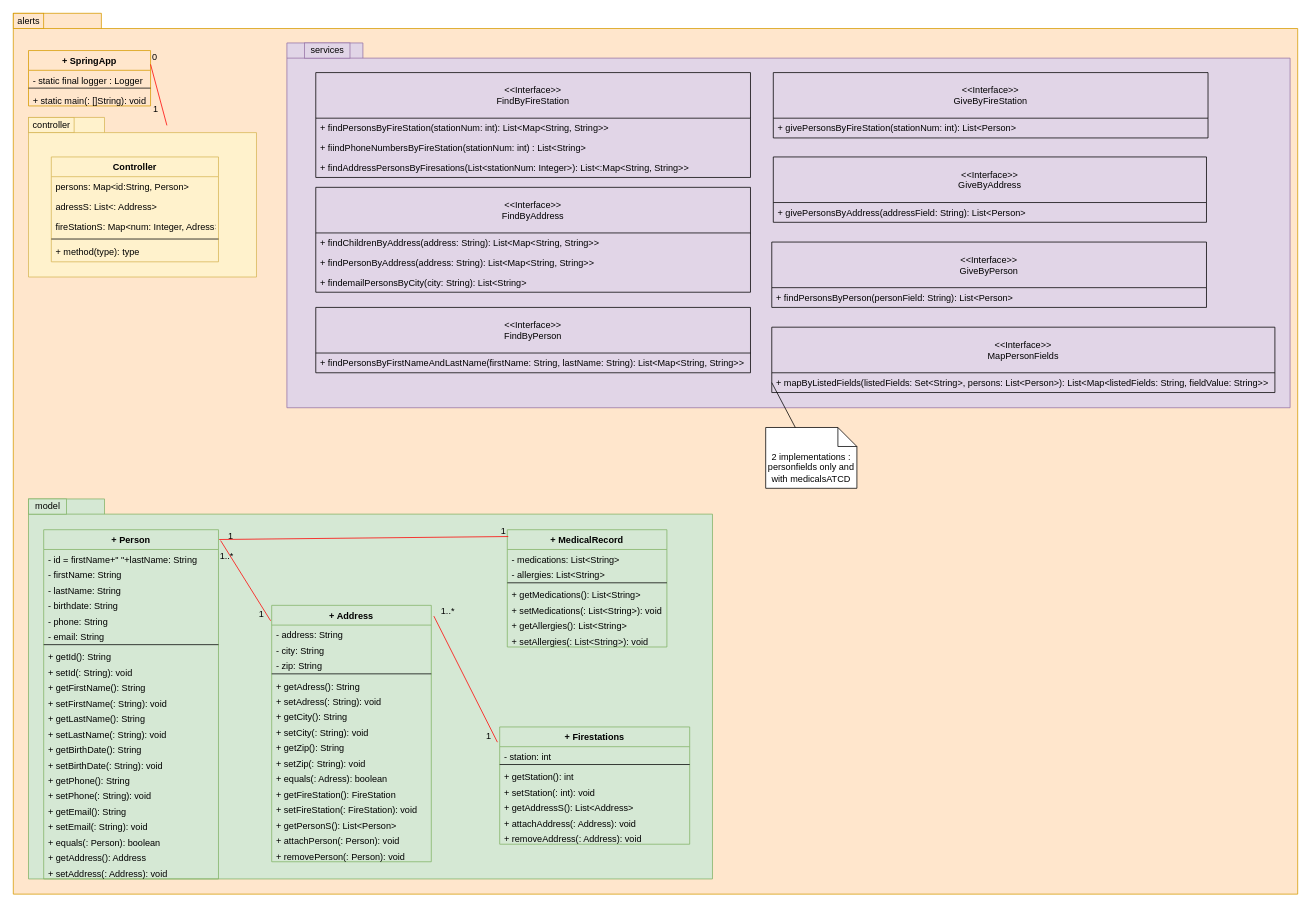
This is page "ClassDiagram1" (1 of 2) of UML/classDiagram.drawio from andrechico999/https-github.com-emmo78-com.safetynet.alerts, a draw.io file, before an edit. Source tidied: cells renumbered, new cells numbered last; positions are measured from the earlier drawing's top-left corner, leaving out a move shared by most shapes. Both pictures are drawn from the tidied source at 76%, with x=0, y=0 at pixel (13, 13).
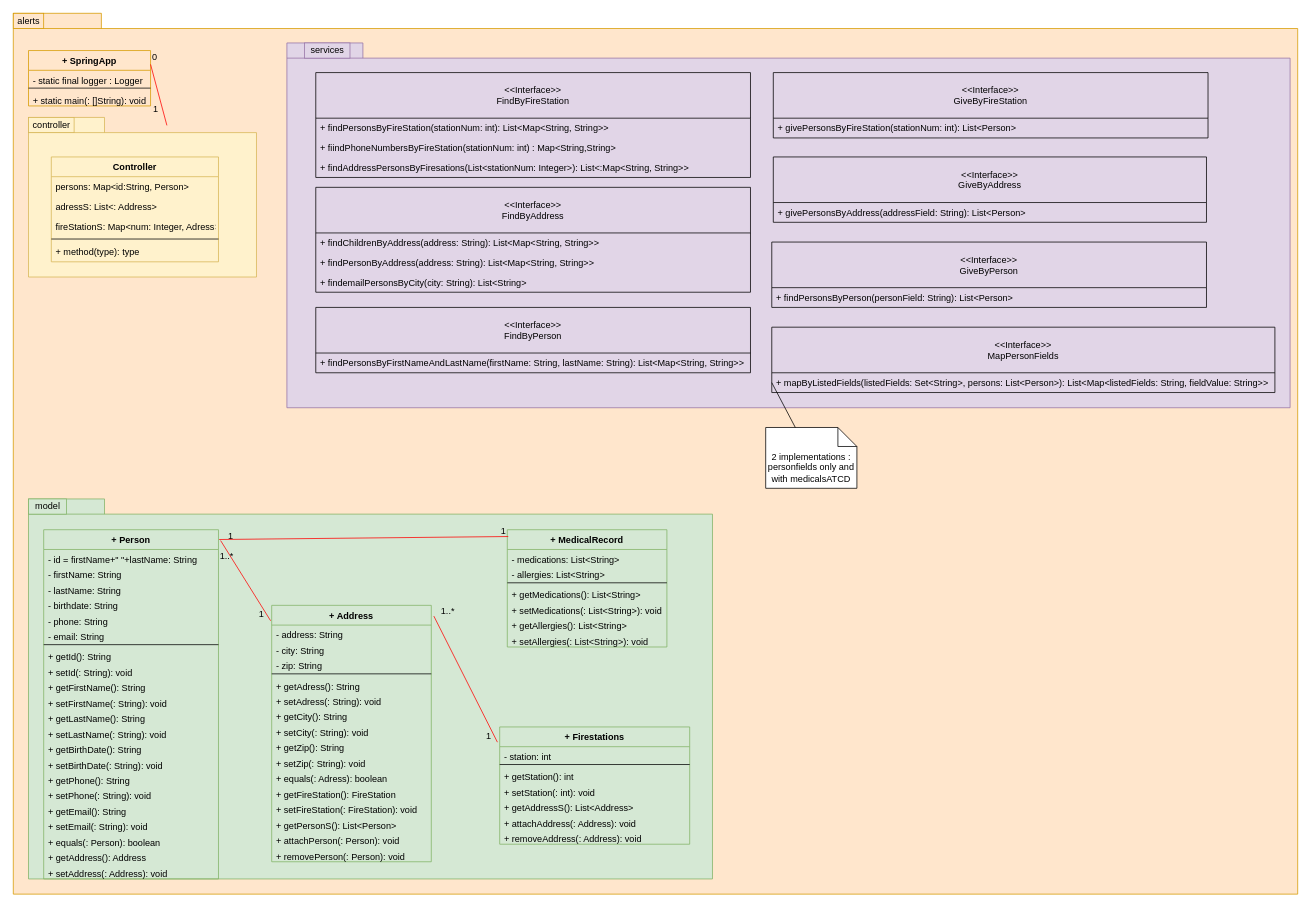
The same page after the edit.

Unchanged cells that the change refers to:
```xml
<mxCell id="89" value="&lt;&lt;Interface&gt;&gt;&#10;FindByFireStation" style="swimlane;fontStyle=0;horizontal=1;startSize=60;fillColor=none;" parent="1" vertex="1">
  <mxGeometry x="398" y="78" width="572" height="138" as="geometry" />
</mxCell>
```

Diff of the diagram source:
```diff
@@
-    <mxCell id="91" value="+ fiindPhoneNumbersByFireStation(stationNum: int) : List&lt;String&gt;" style="text;strokeColor=none;fillColor=none;align=left;verticalAlign=top;spacingLeft=4;spacingRight=4;overflow=hidden;" parent="89" vertex="1">
+    <mxCell id="91" value="+ fiindPhoneNumbersByFireStation(stationNum: int) : Map&lt;String,String&gt;" style="text;strokeColor=none;fillColor=none;align=left;verticalAlign=top;spacingLeft=4;spacingRight=4;overflow=hidden;" parent="89" vertex="1">
       <mxGeometry y="86" width="572" height="26" as="geometry" />
     </mxCell>
```
